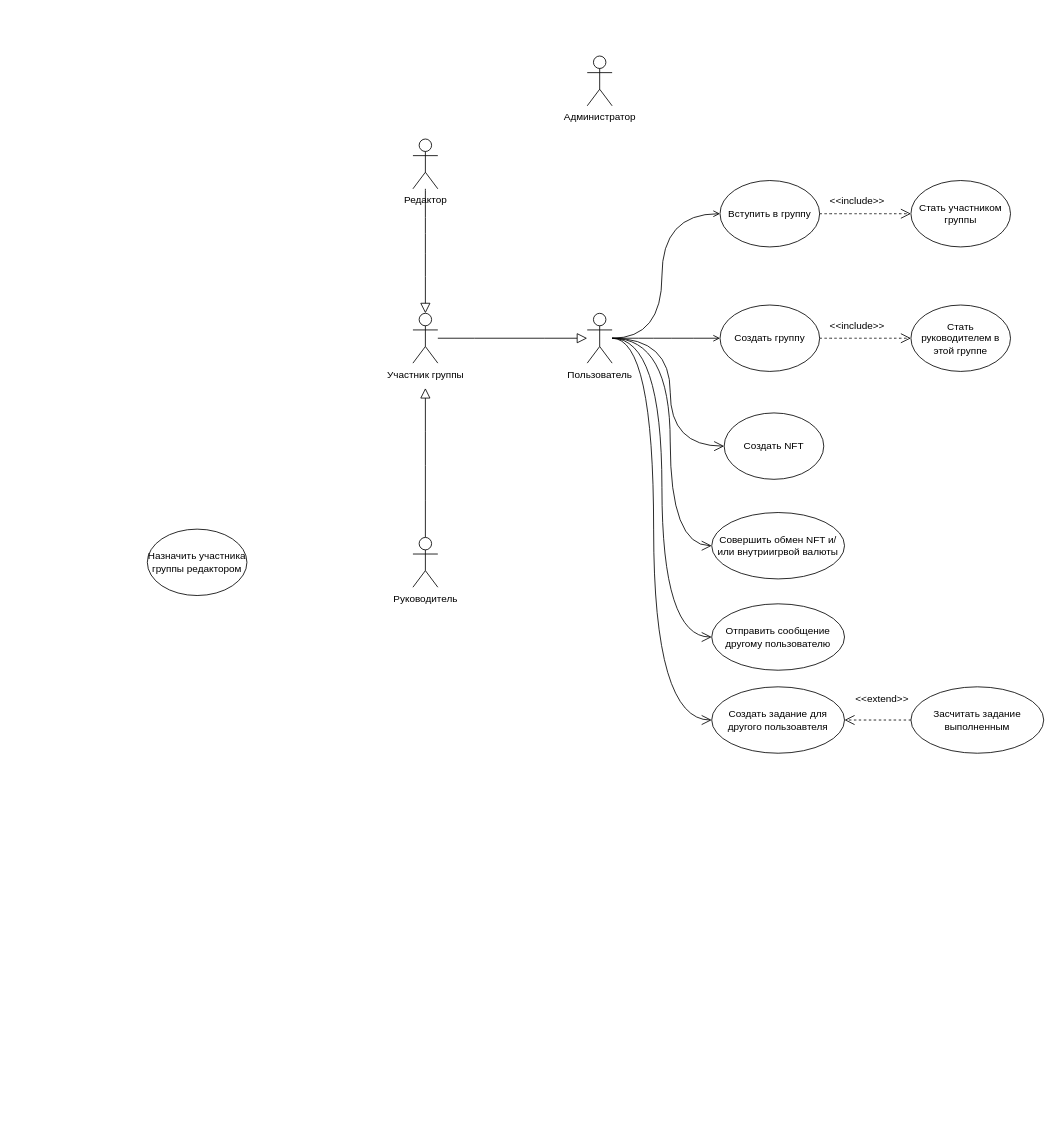
KobalTeam/MORE_TECH_Diagrams keeps this draw.io diagram as diagrams/useCase.drawio. Above is the earlier version. Source tidied: cells renumbered, new cells numbered last; positions are measured from the earlier drawing's top-left corner, leaving out a move shared by most shapes. Both pictures are drawn from the tidied source at 83%, with x=0, y=0 at pixel (147, 56).
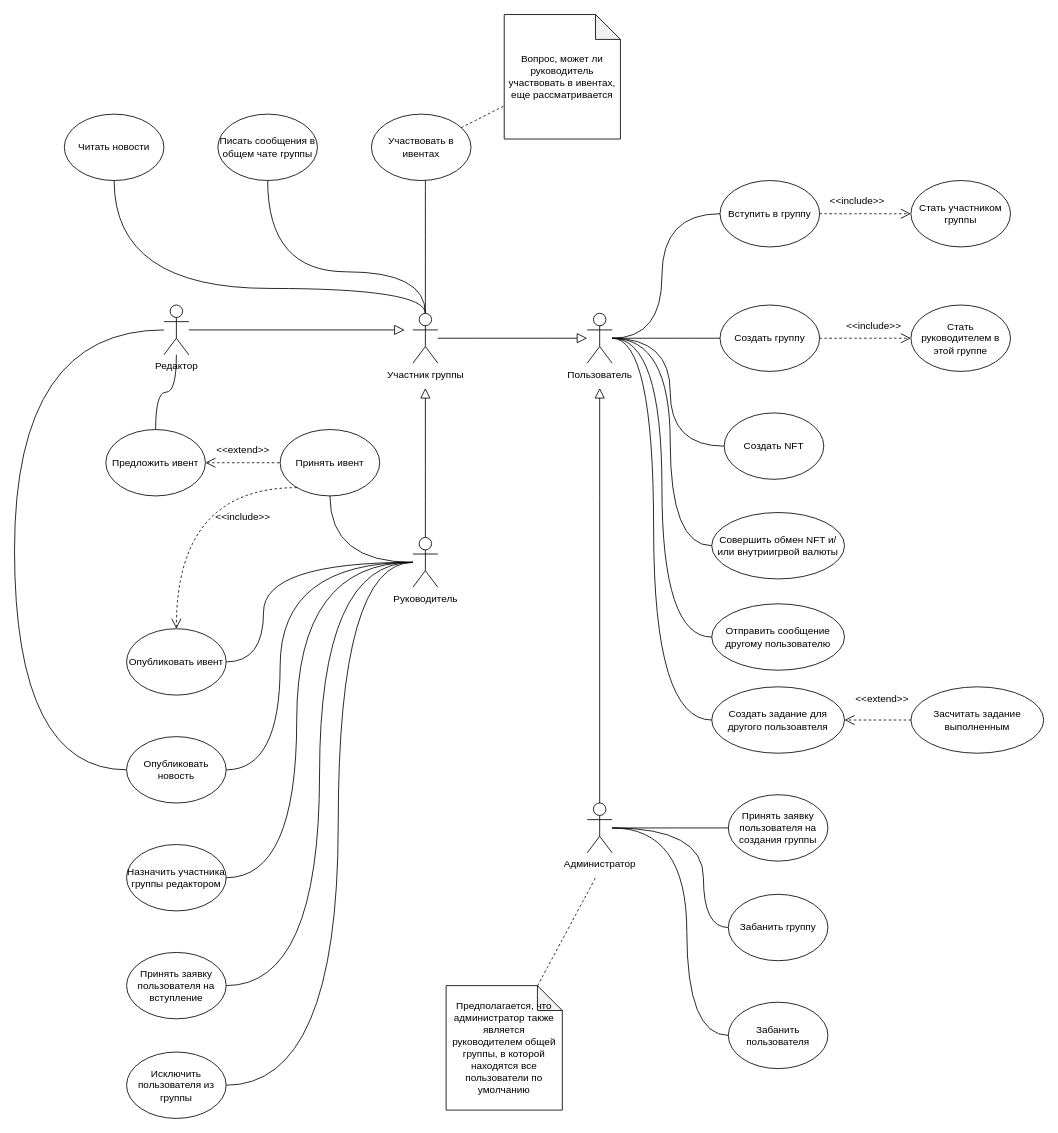
After the change.

Unchanged cells that the change refers to:
```xml
<mxCell id="8" value="Пользователь" style="shape=umlActor;verticalLabelPosition=bottom;verticalAlign=top;html=1;outlineConnect=0;" parent="1" vertex="1">
  <mxGeometry x="530" y="310" width="30" height="60" as="geometry" />
</mxCell>
<mxCell id="13" value="Руководитель" style="shape=umlActor;verticalLabelPosition=bottom;verticalAlign=top;html=1;outlineConnect=0;" parent="1" vertex="1">
  <mxGeometry x="320" y="580" width="30" height="60" as="geometry" />
</mxCell>
<mxCell id="15" value="Создать группу" style="ellipse;whiteSpace=wrap;html=1;" parent="1" vertex="1">
  <mxGeometry x="690" y="300" width="120" height="80" as="geometry" />
</mxCell>
<mxCell id="16" value="Вступить в группу" style="ellipse;whiteSpace=wrap;html=1;" parent="1" vertex="1">
  <mxGeometry x="690" y="150" width="120" height="80" as="geometry" />
</mxCell>
<mxCell id="17" value="Создать NFT" style="ellipse;whiteSpace=wrap;html=1;" parent="1" vertex="1">
  <mxGeometry x="695" y="430" width="120" height="80" as="geometry" />
</mxCell>
<mxCell id="23" value="Совершить обмен NFT и/или внутриигрвой валюты" style="ellipse;whiteSpace=wrap;html=1;" parent="1" vertex="1">
  <mxGeometry x="680" y="550" width="160" height="80" as="geometry" />
</mxCell>
<mxCell id="24" value="Отправить сообщение другому пользователю" style="ellipse;whiteSpace=wrap;html=1;" parent="1" vertex="1">
  <mxGeometry x="680" y="660" width="160" height="80" as="geometry" />
</mxCell>
<mxCell id="25" value="Создать задание для другого пользоавтеля" style="ellipse;whiteSpace=wrap;html=1;" parent="1" vertex="1">
  <mxGeometry x="680" y="760" width="160" height="80" as="geometry" />
</mxCell>
<mxCell id="30" value="Участник группы" style="shape=umlActor;verticalLabelPosition=bottom;verticalAlign=top;html=1;outlineConnect=0;" parent="1" vertex="1">
  <mxGeometry x="320" y="310" width="30" height="60" as="geometry" />
</mxCell>
```

What changed in the source:
```diff
@@
-    <mxCell id="2" style="edgeStyle=orthogonalEdgeStyle;rounded=0;jettySize=auto;html=1;endArrow=open;endFill=0;curved=1;" parent="1" edge="1" source="8" target="15">
+    <mxCell id="2" style="edgeStyle=orthogonalEdgeStyle;rounded=0;jettySize=auto;html=1;endArrow=none;endFill=0;curved=1;" parent="1" edge="1" source="8" target="15">
       <mxGeometry relative="1" as="geometry" />
     </mxCell>
-    <mxCell id="3" style="edgeStyle=orthogonalEdgeStyle;rounded=0;jettySize=auto;html=1;endArrow=open;endFill=0;elbow=vertical;curved=1;" parent="1" edge="1" source="8" target="16">
+    <mxCell id="3" style="edgeStyle=orthogonalEdgeStyle;rounded=0;jettySize=auto;html=1;endArrow=none;endFill=0;elbow=vertical;curved=1;" parent="1" edge="1" source="8" target="16">
       <mxGeometry relative="1" as="geometry">
         <Array as="points">
           <mxPoint x="620" y="340" />
           <mxPoint x="620" y="190" />
         </Array>
       </mxGeometry>
     </mxCell>
-    <mxCell id="4" style="edgeStyle=orthogonalEdgeStyle;curved=1;rounded=0;jettySize=auto;html=1;endArrow=open;endFill=0;startSize=10;endSize=10;elbow=vertical;" parent="1" edge="1" source="8" target="17">
+    <mxCell id="4" style="edgeStyle=orthogonalEdgeStyle;curved=1;rounded=0;jettySize=auto;html=1;endArrow=none;endFill=0;startSize=10;endSize=10;elbow=vertical;" parent="1" edge="1" source="8" target="17">
       <mxGeometry relative="1" as="geometry">
         <Array as="points">
           <mxPoint x="630" y="340" />
           <mxPoint x="630" y="470" />
         </Array>
       </mxGeometry>
     </mxCell>
-    <mxCell id="5" style="edgeStyle=orthogonalEdgeStyle;curved=1;rounded=0;jettySize=auto;html=1;endArrow=open;endFill=0;startSize=10;endSize=10;elbow=vertical;" parent="1" edge="1" source="8" target="23">
+    <mxCell id="5" style="edgeStyle=orthogonalEdgeStyle;curved=1;rounded=0;jettySize=auto;html=1;endArrow=none;endFill=0;startSize=10;endSize=10;elbow=vertical;" parent="1" edge="1" source="8" target="23">
       <mxGeometry relative="1" as="geometry">
         <Array as="points">
           <mxPoint x="630" y="340" />
           <mxPoint x="630" y="590" />
         </Array>
       </mxGeometry>
     </mxCell>
-    <mxCell id="6" style="edgeStyle=orthogonalEdgeStyle;curved=1;rounded=0;jettySize=auto;html=1;endArrow=open;endFill=0;startSize=10;endSize=10;elbow=vertical;" parent="1" edge="1" source="8" target="24">
+    <mxCell id="6" style="edgeStyle=orthogonalEdgeStyle;curved=1;rounded=0;jettySize=auto;html=1;endArrow=none;endFill=0;startSize=10;endSize=10;elbow=vertical;" parent="1" edge="1" source="8" target="24">
       <mxGeometry relative="1" as="geometry">
         <Array as="points">
           <mxPoint x="620" y="340" />
           <mxPoint x="620" y="700" />
         </Array>
       </mxGeometry>
     </mxCell>
-    <mxCell id="7" style="edgeStyle=orthogonalEdgeStyle;curved=1;rounded=0;jettySize=auto;html=1;endArrow=open;endFill=0;startSize=10;endSize=10;elbow=vertical;" parent="1" edge="1" source="8" target="25">
+    <mxCell id="7" style="edgeStyle=orthogonalEdgeStyle;curved=1;rounded=0;jettySize=auto;html=1;endArrow=none;endFill=0;startSize=10;endSize=10;elbow=vertical;" parent="1" edge="1" source="8" target="25">
       <mxGeometry relative="1" as="geometry">
         <Array as="points">
           <mxPoint x="610" y="340" />
           <mxPoint x="610" y="800" />
         </Array>
       </mxGeometry>
     </mxCell>
@@
+    <mxCell id="32" style="edgeStyle=orthogonalEdgeStyle;curved=1;rounded=0;jettySize=auto;html=1;startArrow=none;startFill=0;endArrow=none;endFill=0;startSize=10;endSize=10;" parent="1" edge="1" source="9" target="60">
+      <mxGeometry relative="1" as="geometry" />
+    </mxCell>
+    <mxCell id="33" style="edgeStyle=orthogonalEdgeStyle;curved=1;rounded=0;jettySize=auto;html=1;startArrow=none;startFill=0;endArrow=block;endFill=0;startSize=10;endSize=10;" parent="1" edge="1" source="9">
+      <mxGeometry relative="1" as="geometry">
+        <mxPoint x="545" y="400" as="targetPoint" />
+      </mxGeometry>
+    </mxCell>
+    <mxCell id="34" style="edgeStyle=orthogonalEdgeStyle;curved=1;rounded=0;jettySize=auto;html=1;startArrow=none;startFill=0;endArrow=none;endFill=0;startSize=10;endSize=10;" parent="1" edge="1" source="9" target="61">
+      <mxGeometry relative="1" as="geometry">
+        <Array as="points">
+          <mxPoint x="670" y="930" />
+          <mxPoint x="670" y="1050" />
+        </Array>
+      </mxGeometry>
+    </mxCell>
+    <mxCell id="35" style="edgeStyle=orthogonalEdgeStyle;curved=1;rounded=0;jettySize=auto;html=1;startArrow=none;startFill=0;endArrow=none;endFill=0;startSize=10;endSize=10;" parent="1" edge="1" source="9" target="62">
+      <mxGeometry relative="1" as="geometry">
+        <Array as="points">
+          <mxPoint x="650" y="930" />
+          <mxPoint x="650" y="1180" />
+        </Array>
+      </mxGeometry>
+    </mxCell>
     <mxCell id="9" value="Администратор" style="shape=umlActor;verticalLabelPosition=bottom;verticalAlign=top;html=1;outlineConnect=0;" parent="1" vertex="1">
-      <mxGeometry x="530" width="30" height="60" as="geometry" />
+      <mxGeometry x="530" y="900" width="30" height="60" as="geometry" />
     </mxCell>
-    <mxCell id="10" style="edgeStyle=orthogonalEdgeStyle;curved=1;rounded=0;jettySize=auto;html=1;entryX=0.5;entryY=0;entryDx=0;entryDy=0;entryPerimeter=0;endArrow=block;endFill=0;startSize=10;endSize=10;elbow=vertical;" parent="1" edge="1" source="11" target="30">
-      <mxGeometry relative="1" as="geometry" />
+    <mxCell id="10" style="edgeStyle=orthogonalEdgeStyle;curved=1;rounded=0;jettySize=auto;html=1;endArrow=block;endFill=0;startSize=10;endSize=10;elbow=vertical;" parent="1" edge="1" source="11">
+      <mxGeometry relative="1" as="geometry">
+        <mxPoint x="310" y="330" as="targetPoint" />
+      </mxGeometry>
     </mxCell>
+    <mxCell id="36" style="edgeStyle=orthogonalEdgeStyle;curved=1;rounded=0;jettySize=auto;html=1;endArrow=none;endFill=0;startSize=10;endSize=10;entryX=0;entryY=0.5;entryDx=0;entryDy=0;" parent="1" edge="1" source="11" target="49">
+      <mxGeometry relative="1" as="geometry">
+        <Array as="points">
+          <mxPoint x="-160" y="330" />
+          <mxPoint x="-160" y="860" />
+        </Array>
+      </mxGeometry>
+    </mxCell>
+    <mxCell id="37" style="edgeStyle=orthogonalEdgeStyle;curved=1;rounded=0;jettySize=auto;html=1;endArrow=none;endFill=0;startSize=10;endSize=10;" parent="1" edge="1" source="11" target="52">
+      <mxGeometry relative="1" as="geometry" />
+    </mxCell>
     <mxCell id="11" value="Редактор" style="shape=umlActor;verticalLabelPosition=bottom;verticalAlign=top;html=1;outlineConnect=0;" parent="1" vertex="1">
-      <mxGeometry x="320" y="100" width="30" height="60" as="geometry" />
+      <mxGeometry x="20" y="300" width="30" height="60" as="geometry" />
     </mxCell>
@@
+    <mxCell id="38" style="edgeStyle=orthogonalEdgeStyle;rounded=0;jettySize=auto;html=1;endSize=10;startSize=10;endArrow=none;endFill=0;curved=1;" parent="1" edge="1" source="13" target="31">
+      <mxGeometry relative="1" as="geometry">
+        <Array as="points">
+          <mxPoint x="180" y="610" />
+          <mxPoint x="180" y="990" />
+        </Array>
+      </mxGeometry>
+    </mxCell>
+    <mxCell id="39" style="edgeStyle=orthogonalEdgeStyle;curved=1;rounded=0;jettySize=auto;html=1;entryX=1;entryY=0.5;entryDx=0;entryDy=0;endArrow=none;endFill=0;startSize=10;endSize=10;" parent="1" edge="1" source="13" target="47">
+      <mxGeometry relative="1" as="geometry" />
+    </mxCell>
+    <mxCell id="40" style="edgeStyle=orthogonalEdgeStyle;curved=1;rounded=0;jettySize=auto;html=1;entryX=1;entryY=0.5;entryDx=0;entryDy=0;endArrow=none;endFill=0;startSize=10;endSize=10;" parent="1" edge="1" source="13" target="48">
+      <mxGeometry relative="1" as="geometry">
+        <Array as="points">
+          <mxPoint x="230" y="610" />
+          <mxPoint x="230" y="1240" />
+        </Array>
+      </mxGeometry>
+    </mxCell>
+    <mxCell id="41" style="edgeStyle=orthogonalEdgeStyle;curved=1;rounded=0;jettySize=auto;html=1;endArrow=none;endFill=0;startSize=10;endSize=10;entryX=1;entryY=0.5;entryDx=0;entryDy=0;" parent="1" edge="1" source="13" target="49">
+      <mxGeometry relative="1" as="geometry">
+        <Array as="points">
+          <mxPoint x="160" y="610" />
+          <mxPoint x="160" y="860" />
+        </Array>
+      </mxGeometry>
+    </mxCell>
+    <mxCell id="42" style="edgeStyle=orthogonalEdgeStyle;curved=1;rounded=0;jettySize=auto;html=1;endArrow=none;endFill=0;startSize=10;endSize=10;" parent="1" edge="1" source="13" target="50">
+      <mxGeometry relative="1" as="geometry">
+        <Array as="points">
+          <mxPoint x="140" y="610" />
+          <mxPoint x="140" y="730" />
+        </Array>
+      </mxGeometry>
+    </mxCell>
+    <mxCell id="43" style="edgeStyle=orthogonalEdgeStyle;curved=1;rounded=0;jettySize=auto;html=1;endArrow=none;endFill=0;startSize=10;endSize=10;" parent="1" edge="1" source="13" target="54">
+      <mxGeometry relative="1" as="geometry" />
+    </mxCell>
@@
     <mxCell id="19" value="&amp;lt;&amp;lt;include&amp;gt;&amp;gt;" style="text;html=1;align=center;verticalAlign=middle;strokeColor=none;fillColor=none;" parent="1" vertex="1">
-      <mxGeometry x="810" y="310" width="90" height="30" as="geometry" />
+      <mxGeometry x="70" y="540" width="90" height="30" as="geometry" />
     </mxCell>
@@
+    <mxCell id="44" style="edgeStyle=orthogonalEdgeStyle;curved=1;rounded=0;jettySize=auto;html=1;startArrow=none;startFill=0;endArrow=none;endFill=0;startSize=10;endSize=10;" parent="1" edge="1" source="30" target="57">
+      <mxGeometry relative="1" as="geometry">
+        <Array as="points">
+          <mxPoint x="335" y="260" />
+          <mxPoint x="145" y="260" />
+        </Array>
+      </mxGeometry>
+    </mxCell>
+    <mxCell id="45" style="edgeStyle=orthogonalEdgeStyle;curved=1;rounded=0;jettySize=auto;html=1;startArrow=none;startFill=0;endArrow=none;endFill=0;startSize=10;endSize=10;" parent="1" edge="1" source="30" target="59">
+      <mxGeometry relative="1" as="geometry">
+        <Array as="points">
+          <mxPoint x="335" y="160" />
+          <mxPoint x="335" y="160" />
+        </Array>
+      </mxGeometry>
+    </mxCell>
+    <mxCell id="46" style="edgeStyle=orthogonalEdgeStyle;curved=1;rounded=0;jettySize=auto;html=1;startArrow=none;startFill=0;endArrow=none;endFill=0;startSize=10;endSize=10;" parent="1" edge="1" source="30" target="58">
+      <mxGeometry relative="1" as="geometry">
+        <Array as="points">
+          <mxPoint x="335" y="280" />
+          <mxPoint x="-40" y="280" />
+        </Array>
+      </mxGeometry>
+    </mxCell>
@@
     <mxCell id="31" value="Назначить участника группы редактором" style="ellipse;whiteSpace=wrap;html=1;" parent="1" vertex="1">
-      <mxGeometry y="570" width="120" height="80" as="geometry" />
+      <mxGeometry x="-25" y="950" width="120" height="80" as="geometry" />
     </mxCell>
+    <mxCell id="47" value="Принять заявку пользователя на вступление" style="ellipse;whiteSpace=wrap;html=1;" parent="1" vertex="1">
+      <mxGeometry x="-25" y="1080" width="120" height="80" as="geometry" />
+    </mxCell>
+    <mxCell id="48" value="Исключить пользователя из группы" style="ellipse;whiteSpace=wrap;html=1;" parent="1" vertex="1">
+      <mxGeometry x="-25" y="1200" width="120" height="80" as="geometry" />
+    </mxCell>
+    <mxCell id="49" value="Опубликовать новость" style="ellipse;whiteSpace=wrap;html=1;" parent="1" vertex="1">
+      <mxGeometry x="-25" y="820" width="120" height="80" as="geometry" />
+    </mxCell>
+    <mxCell id="50" value="Опубликовать ивент" style="ellipse;whiteSpace=wrap;html=1;" parent="1" vertex="1">
+      <mxGeometry x="-25" y="690" width="120" height="80" as="geometry" />
+    </mxCell>
+    <mxCell id="51" style="edgeStyle=orthogonalEdgeStyle;curved=1;rounded=0;jettySize=auto;html=1;endArrow=none;endFill=0;startSize=10;endSize=10;dashed=1;startArrow=open;startFill=0;" parent="1" edge="1" source="52" target="54">
+      <mxGeometry relative="1" as="geometry" />
+    </mxCell>
+    <mxCell id="52" value="Предложить ивент" style="ellipse;whiteSpace=wrap;html=1;" parent="1" vertex="1">
+      <mxGeometry x="-50" y="450" width="120" height="80" as="geometry" />
+    </mxCell>
+    <mxCell id="53" style="edgeStyle=orthogonalEdgeStyle;curved=1;rounded=0;jettySize=auto;html=1;endArrow=open;endFill=0;startSize=10;endSize=10;dashed=1;" parent="1" edge="1" source="54" target="50">
+      <mxGeometry relative="1" as="geometry">
+        <Array as="points">
+          <mxPoint x="35" y="520" />
+        </Array>
+      </mxGeometry>
+    </mxCell>
+    <mxCell id="54" value="Принять ивент" style="ellipse;whiteSpace=wrap;html=1;" parent="1" vertex="1">
+      <mxGeometry x="160" y="450" width="120" height="80" as="geometry" />
+    </mxCell>
+    <mxCell id="55" value="&amp;lt;&amp;lt;include&amp;gt;&amp;gt;" style="text;html=1;align=center;verticalAlign=middle;strokeColor=none;fillColor=none;" parent="1" vertex="1">
+      <mxGeometry x="830" y="310" width="90" height="30" as="geometry" />
+    </mxCell>
+    <mxCell id="56" value="&amp;lt;&amp;lt;extend&amp;gt;&amp;gt;" style="text;html=1;align=center;verticalAlign=middle;strokeColor=none;fillColor=none;" parent="1" vertex="1">
+      <mxGeometry x="70" y="460" width="90" height="30" as="geometry" />
+    </mxCell>
+    <mxCell id="57" value="Писать сообщения в общем чате группы" style="ellipse;whiteSpace=wrap;html=1;" parent="1" vertex="1">
+      <mxGeometry x="85" y="70" width="120" height="80" as="geometry" />
+    </mxCell>
+    <mxCell id="58" value="Читать новости" style="ellipse;whiteSpace=wrap;html=1;" parent="1" vertex="1">
+      <mxGeometry x="-100" y="70" width="120" height="80" as="geometry" />
+    </mxCell>
+    <mxCell id="59" value="Участвовать в ивентах" style="ellipse;whiteSpace=wrap;html=1;" parent="1" vertex="1">
+      <mxGeometry x="270" y="70" width="120" height="80" as="geometry" />
+    </mxCell>
+    <mxCell id="60" value="Принять заявку пользователя на создания группы" style="ellipse;whiteSpace=wrap;html=1;" parent="1" vertex="1">
+      <mxGeometry x="700" y="890" width="120" height="80" as="geometry" />
+    </mxCell>
+    <mxCell id="61" value="Забанить группу" style="ellipse;whiteSpace=wrap;html=1;" parent="1" vertex="1">
+      <mxGeometry x="700" y="1010" width="120" height="80" as="geometry" />
+    </mxCell>
+    <mxCell id="62" value="Забанить пользователя" style="ellipse;whiteSpace=wrap;html=1;" parent="1" vertex="1">
+      <mxGeometry x="700" y="1140" width="120" height="80" as="geometry" />
+    </mxCell>
+    <mxCell id="63" value="Предполагается, что администратор также является руководителем общей группы, в которой находятся все пользователи по умолчанию" style="shape=note;whiteSpace=wrap;html=1;backgroundOutline=1;darkOpacity=0.05;" parent="1" vertex="1">
+      <mxGeometry x="360" y="1120" width="140" height="150" as="geometry" />
+    </mxCell>
+    <mxCell id="64" style="endArrow=none;dashed=1;html=1;rounded=0;startSize=10;endSize=10;curved=1;" parent="1" edge="1" source="63">
+      <mxGeometry relative="1" as="geometry">
+        <mxPoint x="540" y="990" as="targetPoint" />
+      </mxGeometry>
+    </mxCell>
+    <mxCell id="65" value="Вопрос, может ли руководитель участвовать в ивентах, еще рассматривается" style="shape=note;whiteSpace=wrap;html=1;backgroundOutline=1;darkOpacity=0.05;" parent="1" vertex="1">
+      <mxGeometry x="430" y="-50" width="140" height="150" as="geometry" />
+    </mxCell>
+    <mxCell id="66" style="endArrow=none;dashed=1;html=1;rounded=0;startSize=10;endSize=10;curved=1;" parent="1" edge="1" source="59" target="65">
+      <mxGeometry relative="1" as="geometry" />
+    </mxCell>
```
